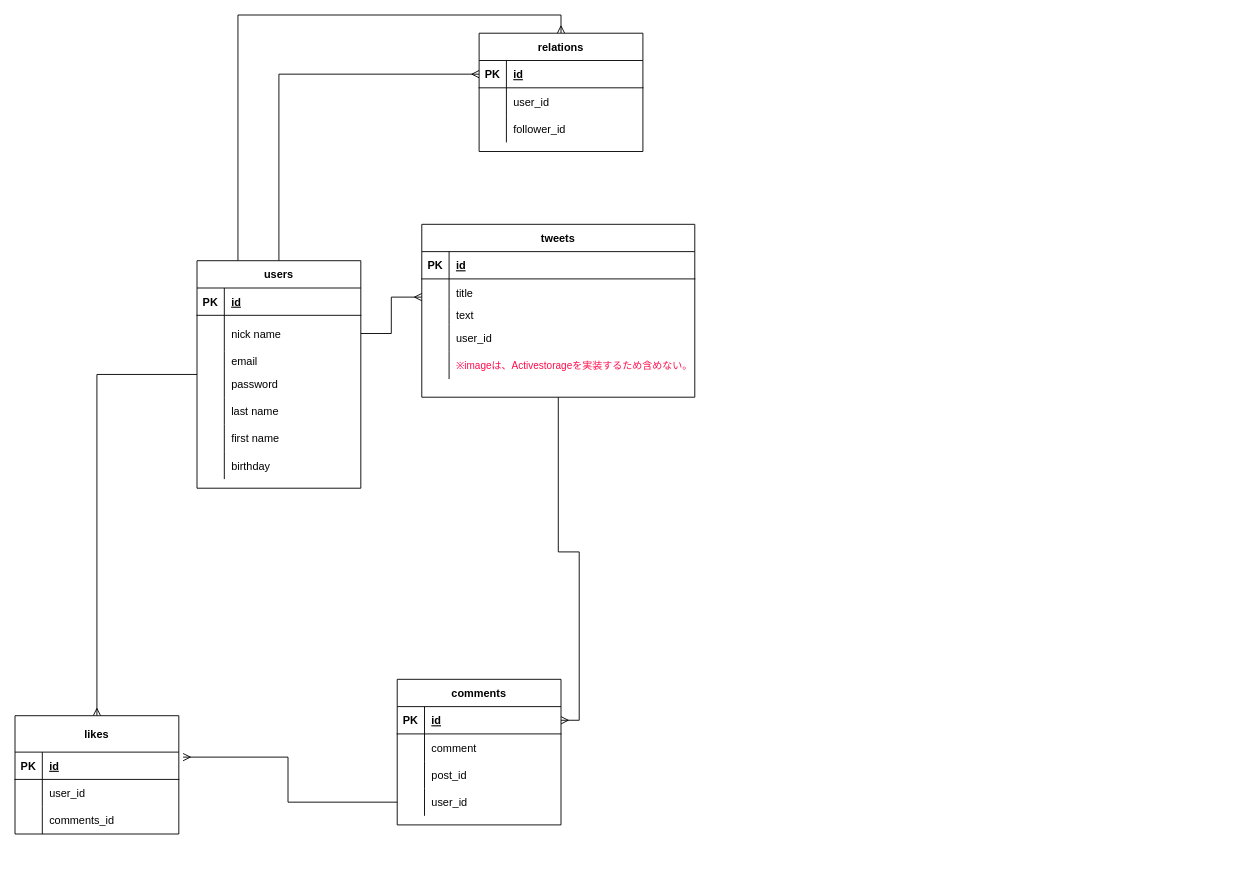
Above: spoilme.dio in hiromikagawa/spoil-me-more (draw.io), before the change. Source tidied: cells renumbered, new cells numbered last; positions are measured from the earlier drawing's top-left corner, leaving out a move shared by most shapes. Both pictures are drawn from the tidied source at 91%, with x=0, y=0 at pixel (15, 33).
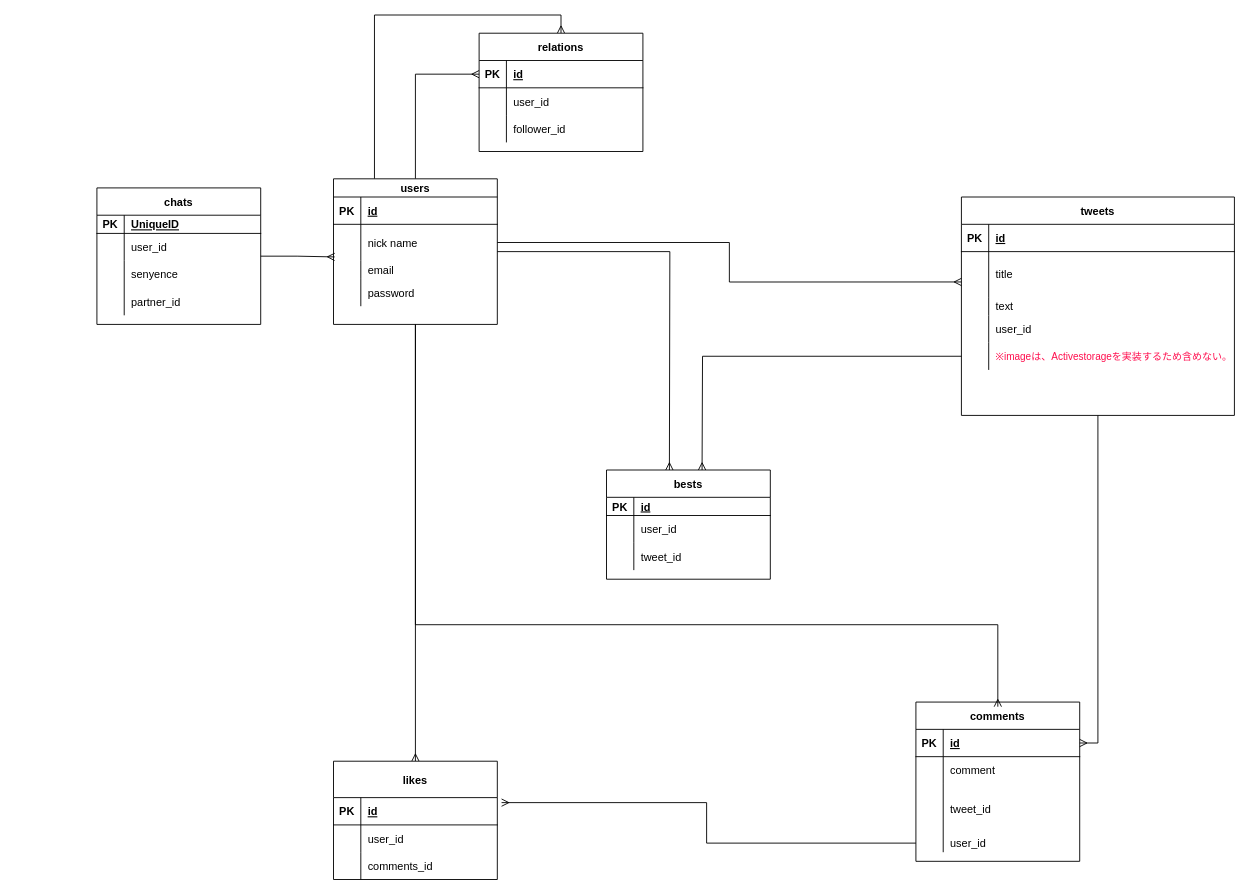
The same page after the edit.

What changed in the source:
```diff
@@
     <mxCell id="2" value="comments" style="shape=table;startSize=30;childLayout=tableLayout;rowLines=0;fontStyle=1;align=center;" parent="1" vertex="1">
-      <mxGeometry x="420" y="710" width="180" height="160" as="geometry" />
+      <mxGeometry x="990" y="735" width="180" height="175" as="geometry" />
     </mxCell>
@@
     <mxCell id="9" style="shape=partialRectangle;fillColor=none;top=0;left=0;bottom=0;right=0;" parent="2" vertex="1">
-      <mxGeometry y="90" width="180" height="30" as="geometry" />
+      <mxGeometry y="90" width="180" height="55" as="geometry" />
     </mxCell>
     <mxCell id="10" style="shape=partialRectangle;fillColor=none;top=0;left=0;bottom=0;right=0;overflow=hidden;" parent="9" vertex="1">
-      <mxGeometry width="30" height="30" as="geometry" />
+      <mxGeometry width="30" height="55" as="geometry" />
     </mxCell>
-    <mxCell id="11" value="post_id" style="shape=partialRectangle;fillColor=none;top=0;left=0;bottom=0;right=0;align=left;spacingLeft=6;overflow=hidden;" parent="9" vertex="1">
-      <mxGeometry x="30" width="150" height="30" as="geometry" />
+    <mxCell id="11" value="tweet_id" style="shape=partialRectangle;fillColor=none;top=0;left=0;bottom=0;right=0;align=left;spacingLeft=6;overflow=hidden;" parent="9" vertex="1">
+      <mxGeometry x="30" width="150" height="55" as="geometry" />
     </mxCell>
     <mxCell id="12" style="shape=partialRectangle;fillColor=none;top=0;left=0;bottom=0;right=0;points=[[0,0.5],[1,0.5]];portConstraint=eastwest;" parent="2" vertex="1">
-      <mxGeometry y="120" width="180" height="30" as="geometry" />
+      <mxGeometry y="145" width="180" height="20" as="geometry" />
     </mxCell>
     <mxCell id="13" style="shape=partialRectangle;fillColor=none;top=0;left=0;bottom=0;right=0;overflow=hidden;" parent="12" vertex="1">
-      <mxGeometry width="30" height="30" as="geometry" />
+      <mxGeometry width="30" height="20" as="geometry" />
     </mxCell>
     <mxCell id="14" value="user_id" style="shape=partialRectangle;fillColor=none;top=0;left=0;bottom=0;right=0;align=left;spacingLeft=6;overflow=hidden;" parent="12" vertex="1">
-      <mxGeometry x="30" width="150" height="30" as="geometry" />
+      <mxGeometry x="30" width="150" height="20" as="geometry" />
     </mxCell>
@@
     <mxCell id="16" style="edgeStyle=orthogonalEdgeStyle;rounded=0;jettySize=auto;html=1;endArrow=ERmany;endFill=0;" parent="1" edge="1" source="18" target="58">
-      <mxGeometry relative="1" as="geometry" />
+      <mxGeometry relative="1" as="geometry">
+        <Array as="points">
+          <mxPoint x="400" y="865" />
+        </Array>
+      </mxGeometry>
     </mxCell>
@@
+    <mxCell id="81" style="edgeStyle=orthogonalEdgeStyle;rounded=0;jettySize=auto;html=1;entryX=0.289;entryY=0;entryDx=0;entryDy=0;entryPerimeter=0;endArrow=ERmany;endFill=0;" parent="1" edge="1" source="18">
+      <mxGeometry relative="1" as="geometry">
+        <mxPoint x="719.1" y="480" as="targetPoint" />
+      </mxGeometry>
+    </mxCell>
+    <mxCell id="82" style="edgeStyle=orthogonalEdgeStyle;rounded=0;jettySize=auto;html=1;endArrow=ERmany;endFill=0;entryX=0.5;entryY=0.029;entryDx=0;entryDy=0;entryPerimeter=0;" parent="1" edge="1" source="18" target="2">
+      <mxGeometry relative="1" as="geometry">
+        <Array as="points">
+          <mxPoint x="440" y="650" />
+          <mxPoint x="1080" y="650" />
+        </Array>
+      </mxGeometry>
+    </mxCell>
-    <mxCell id="18" value="users" style="shape=table;startSize=30;childLayout=tableLayout;rowLines=0;fontStyle=1;align=center;" parent="1" vertex="1">
-      <mxGeometry x="200" y="250" width="180" height="250" as="geometry" />
+    <mxCell id="18" value="users" style="shape=table;startSize=20;childLayout=tableLayout;rowLines=0;fontStyle=1;align=center;" parent="1" vertex="1">
+      <mxGeometry x="350" y="160" width="180" height="160" as="geometry" />
     </mxCell>
     <mxCell id="19" style="shape=partialRectangle;fillColor=none;top=0;left=0;bottom=1;right=0;" parent="18" vertex="1">
-      <mxGeometry y="30" width="180" height="30" as="geometry" />
+      <mxGeometry y="20" width="180" height="30" as="geometry" />
     </mxCell>
@@
     <mxCell id="22" style="shape=partialRectangle;fillColor=none;top=0;left=0;bottom=0;right=0;points=[[0,0.5],[1,0.5]];portConstraint=eastwest;" parent="18" vertex="1">
-      <mxGeometry y="60" width="180" height="40" as="geometry" />
+      <mxGeometry y="50" width="180" height="40" as="geometry" />
     </mxCell>
@@
     <mxCell id="25" style="shape=partialRectangle;fillColor=none;top=0;left=0;bottom=0;right=0;points=[[0,0.5],[1,0.5]];portConstraint=eastwest;" parent="18" vertex="1">
-      <mxGeometry y="100" width="180" height="20" as="geometry" />
+      <mxGeometry y="90" width="180" height="20" as="geometry" />
     </mxCell>
@@
     <mxCell id="28" style="shape=partialRectangle;fillColor=none;top=0;left=0;bottom=0;right=0;" parent="18" vertex="1">
-      <mxGeometry y="120" width="180" height="30" as="geometry" />
+      <mxGeometry y="110" width="180" height="30" as="geometry" />
     </mxCell>
@@
-    <mxCell id="31" style="shape=partialRectangle;fillColor=none;top=0;left=0;bottom=0;right=0;" parent="18" vertex="1">
-      <mxGeometry y="150" width="180" height="30" as="geometry" />
-    </mxCell>
-    <mxCell id="32" style="shape=partialRectangle;fillColor=none;top=0;left=0;bottom=0;right=0;overflow=hidden;" parent="31" vertex="1">
-      <mxGeometry width="30" height="30" as="geometry" />
-    </mxCell>
-    <mxCell id="33" value="last name" style="shape=partialRectangle;fillColor=none;top=0;left=0;bottom=0;right=0;align=left;spacingLeft=6;overflow=hidden;" parent="31" vertex="1">
-      <mxGeometry x="30" width="150" height="30" as="geometry" />
-    </mxCell>
-    <mxCell id="34" style="shape=partialRectangle;fillColor=none;top=0;left=0;bottom=0;right=0;" parent="18" vertex="1">
-      <mxGeometry y="180" width="180" height="30" as="geometry" />
-    </mxCell>
-    <mxCell id="35" style="shape=partialRectangle;fillColor=none;top=0;left=0;bottom=0;right=0;overflow=hidden;" parent="34" vertex="1">
-      <mxGeometry width="30" height="30" as="geometry" />
-    </mxCell>
-    <mxCell id="36" value="first name" style="shape=partialRectangle;fillColor=none;top=0;left=0;bottom=0;right=0;align=left;spacingLeft=6;overflow=hidden;" parent="34" vertex="1">
-      <mxGeometry x="30" width="150" height="30" as="geometry" />
-    </mxCell>
-    <mxCell id="37" style="shape=partialRectangle;fillColor=none;top=0;left=0;bottom=0;right=0;" parent="18" vertex="1">
-      <mxGeometry y="210" width="180" height="30" as="geometry" />
-    </mxCell>
-    <mxCell id="38" style="shape=partialRectangle;fillColor=none;top=0;left=0;bottom=0;right=0;overflow=hidden;" parent="37" vertex="1">
-      <mxGeometry width="30" height="30" as="geometry" />
-    </mxCell>
-    <mxCell id="39" value="birthday" style="shape=partialRectangle;fillColor=none;top=0;left=0;bottom=0;right=0;align=left;spacingLeft=6;overflow=hidden;" parent="37" vertex="1">
-      <mxGeometry x="30" width="150" height="30" as="geometry" />
-    </mxCell>
@@
     <mxCell id="41" value="tweets" style="shape=table;startSize=30;childLayout=tableLayout;rowLines=0;fontStyle=1;align=center;" parent="1" vertex="1">
-      <mxGeometry x="447" y="210" width="300" height="190" as="geometry" />
+      <mxGeometry x="1040" y="180" width="300" height="240" as="geometry" />
     </mxCell>
@@
     <mxCell id="45" style="shape=partialRectangle;fillColor=none;top=0;left=0;bottom=0;right=0;points=[[0,0.5],[1,0.5]];portConstraint=eastwest;" parent="41" vertex="1">
-      <mxGeometry y="60" width="300" height="30" as="geometry" />
+      <mxGeometry y="60" width="300" height="50" as="geometry" />
     </mxCell>
     <mxCell id="46" style="shape=partialRectangle;fillColor=none;top=0;left=0;bottom=0;right=0;overflow=hidden;" parent="45" vertex="1">
-      <mxGeometry width="30" height="30" as="geometry" />
+      <mxGeometry width="30" height="50" as="geometry" />
     </mxCell>
     <mxCell id="47" value="title" style="shape=partialRectangle;fillColor=none;top=0;left=0;bottom=0;right=0;align=left;spacingLeft=6;overflow=hidden;" parent="45" vertex="1">
-      <mxGeometry x="30" width="270" height="30" as="geometry" />
+      <mxGeometry x="30" width="270" height="50" as="geometry" />
     </mxCell>
     <mxCell id="48" style="shape=partialRectangle;fillColor=none;top=0;left=0;bottom=0;right=0;" parent="41" vertex="1">
-      <mxGeometry y="90" width="300" height="20" as="geometry" />
+      <mxGeometry y="110" width="300" height="20" as="geometry" />
     </mxCell>
@@
     <mxCell id="51" style="shape=partialRectangle;fillColor=none;top=0;left=0;bottom=0;right=0;" parent="41" vertex="1">
-      <mxGeometry y="110" width="300" height="30" as="geometry" />
+      <mxGeometry y="130" width="300" height="30" as="geometry" />
     </mxCell>
@@
     <mxCell id="54" style="shape=partialRectangle;fillColor=none;top=0;left=0;bottom=0;right=0;points=[[0,0.5],[1,0.5]];portConstraint=eastwest;" parent="41" vertex="1">
-      <mxGeometry y="140" width="300" height="30" as="geometry" />
+      <mxGeometry y="160" width="300" height="30" as="geometry" />
     </mxCell>
@@
     <mxCell id="58" value="likes" style="shape=table;startSize=40;childLayout=tableLayout;rowLines=0;fontStyle=1;align=center;" parent="1" vertex="1">
-      <mxGeometry y="750" width="180" height="130" as="geometry" />
+      <mxGeometry x="350" y="800" width="180" height="130" as="geometry" />
     </mxCell>
@@
+    <mxCell id="83" style="edgeStyle=orthogonalEdgeStyle;rounded=0;jettySize=auto;html=1;endArrow=ERmany;endFill=0;" parent="1" edge="1" source="54">
+      <mxGeometry relative="1" as="geometry">
+        <mxPoint x="755" y="480" as="targetPoint" />
+      </mxGeometry>
+    </mxCell>
+    <mxCell id="84" style="edgeStyle=orthogonalEdgeStyle;rounded=0;jettySize=auto;html=1;entryX=0.007;entryY=-0.208;entryDx=0;entryDy=0;entryPerimeter=0;endArrow=ERmany;endFill=0;" parent="1" edge="1" source="85" target="25">
+      <mxGeometry relative="1" as="geometry" />
+    </mxCell>
+    <mxCell id="85" value="chats" style="shape=table;startSize=30;childLayout=tableLayout;rowLines=0;fontStyle=1;align=center;" parent="1" vertex="1">
+      <mxGeometry x="90" y="170" width="180" height="150" as="geometry" />
+    </mxCell>
+    <mxCell id="86" style="shape=partialRectangle;fillColor=none;top=0;left=0;bottom=1;right=0;" parent="85" vertex="1">
+      <mxGeometry y="30" width="180" height="20" as="geometry" />
+    </mxCell>
+    <mxCell id="87" value="PK" style="shape=partialRectangle;fillColor=none;top=0;left=0;bottom=0;right=0;fontStyle=1;overflow=hidden;" parent="86" vertex="1">
+      <mxGeometry width="30" height="20" as="geometry" />
+    </mxCell>
+    <mxCell id="88" value="UniqueID" style="shape=partialRectangle;fillColor=none;top=0;left=0;bottom=0;right=0;align=left;spacingLeft=6;fontStyle=5;overflow=hidden;" parent="86" vertex="1">
+      <mxGeometry x="30" width="150" height="20" as="geometry" />
+    </mxCell>
+    <mxCell id="89" style="shape=partialRectangle;fillColor=none;top=0;left=0;bottom=0;right=0;" parent="85" vertex="1">
+      <mxGeometry y="50" width="180" height="30" as="geometry" />
+    </mxCell>
+    <mxCell id="90" style="shape=partialRectangle;fillColor=none;top=0;left=0;bottom=0;right=0;overflow=hidden;" parent="89" vertex="1">
+      <mxGeometry width="30" height="30" as="geometry" />
+    </mxCell>
+    <mxCell id="91" value="user_id" style="shape=partialRectangle;fillColor=none;top=0;left=0;bottom=0;right=0;align=left;spacingLeft=6;overflow=hidden;" parent="89" vertex="1">
+      <mxGeometry x="30" width="150" height="30" as="geometry" />
+    </mxCell>
+    <mxCell id="92" style="shape=partialRectangle;fillColor=none;top=0;left=0;bottom=0;right=0;" parent="85" vertex="1">
+      <mxGeometry y="80" width="180" height="30" as="geometry" />
+    </mxCell>
+    <mxCell id="93" style="shape=partialRectangle;fillColor=none;top=0;left=0;bottom=0;right=0;overflow=hidden;" parent="92" vertex="1">
+      <mxGeometry width="30" height="30" as="geometry" />
+    </mxCell>
+    <mxCell id="94" value="senyence" style="shape=partialRectangle;fillColor=none;top=0;left=0;bottom=0;right=0;align=left;spacingLeft=6;overflow=hidden;" parent="92" vertex="1">
+      <mxGeometry x="30" width="150" height="30" as="geometry" />
+    </mxCell>
+    <mxCell id="95" style="shape=partialRectangle;fillColor=none;top=0;left=0;bottom=0;right=0;" parent="85" vertex="1">
+      <mxGeometry y="110" width="180" height="30" as="geometry" />
+    </mxCell>
+    <mxCell id="96" style="shape=partialRectangle;fillColor=none;top=0;left=0;bottom=0;right=0;overflow=hidden;" parent="95" vertex="1">
+      <mxGeometry width="30" height="30" as="geometry" />
+    </mxCell>
+    <mxCell id="97" value="partner_id" style="shape=partialRectangle;fillColor=none;top=0;left=0;bottom=0;right=0;align=left;spacingLeft=6;overflow=hidden;" parent="95" vertex="1">
+      <mxGeometry x="30" width="150" height="30" as="geometry" />
+    </mxCell>
+    <mxCell id="98" value="bests" style="shape=table;startSize=30;childLayout=tableLayout;rowLines=0;fontStyle=1;align=center;" parent="1" vertex="1">
+      <mxGeometry x="650" y="480" width="180" height="120" as="geometry" />
+    </mxCell>
+    <mxCell id="99" style="shape=partialRectangle;fillColor=none;top=0;left=0;bottom=1;right=0;" parent="98" vertex="1">
+      <mxGeometry y="30" width="180" height="20" as="geometry" />
+    </mxCell>
+    <mxCell id="100" value="PK" style="shape=partialRectangle;fillColor=none;top=0;left=0;bottom=0;right=0;fontStyle=1;overflow=hidden;" parent="99" vertex="1">
+      <mxGeometry width="30" height="20" as="geometry" />
+    </mxCell>
+    <mxCell id="101" value="id" style="shape=partialRectangle;fillColor=none;top=0;left=0;bottom=0;right=0;align=left;spacingLeft=6;fontStyle=5;overflow=hidden;" parent="99" vertex="1">
+      <mxGeometry x="30" width="150" height="20" as="geometry" />
+    </mxCell>
+    <mxCell id="102" style="shape=partialRectangle;fillColor=none;top=0;left=0;bottom=0;right=0;" parent="98" vertex="1">
+      <mxGeometry y="50" width="180" height="30" as="geometry" />
+    </mxCell>
+    <mxCell id="103" style="shape=partialRectangle;fillColor=none;top=0;left=0;bottom=0;right=0;overflow=hidden;" parent="102" vertex="1">
+      <mxGeometry width="30" height="30" as="geometry" />
+    </mxCell>
+    <mxCell id="104" value="user_id" style="shape=partialRectangle;fillColor=none;top=0;left=0;bottom=0;right=0;align=left;spacingLeft=6;overflow=hidden;" parent="102" vertex="1">
+      <mxGeometry x="30" width="150" height="30" as="geometry" />
+    </mxCell>
+    <mxCell id="105" style="shape=partialRectangle;fillColor=none;top=0;left=0;bottom=0;right=0;" parent="98" vertex="1">
+      <mxGeometry y="80" width="180" height="30" as="geometry" />
+    </mxCell>
+    <mxCell id="106" style="shape=partialRectangle;fillColor=none;top=0;left=0;bottom=0;right=0;overflow=hidden;" parent="105" vertex="1">
+      <mxGeometry width="30" height="30" as="geometry" />
+    </mxCell>
+    <mxCell id="107" value="tweet_id" style="shape=partialRectangle;fillColor=none;top=0;left=0;bottom=0;right=0;align=left;spacingLeft=6;overflow=hidden;" parent="105" vertex="1">
+      <mxGeometry x="30" width="150" height="30" as="geometry" />
+    </mxCell>
```
